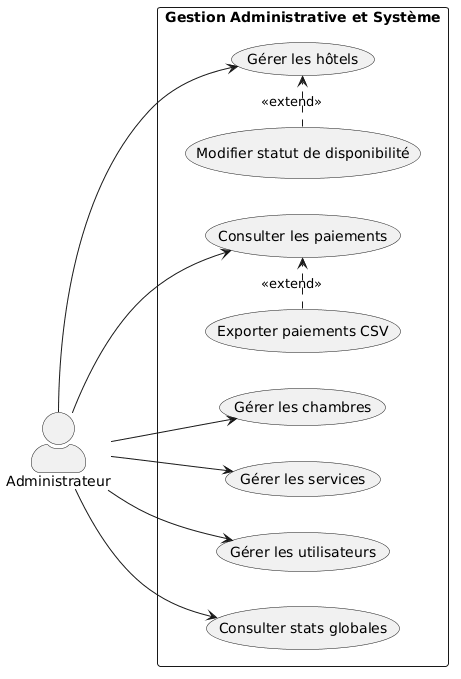
The PlantUML diagram out/docs/uml/04-use-case-admin/04-use-case-admin.png in malek420122/hotel_project_pfe, before a commit.
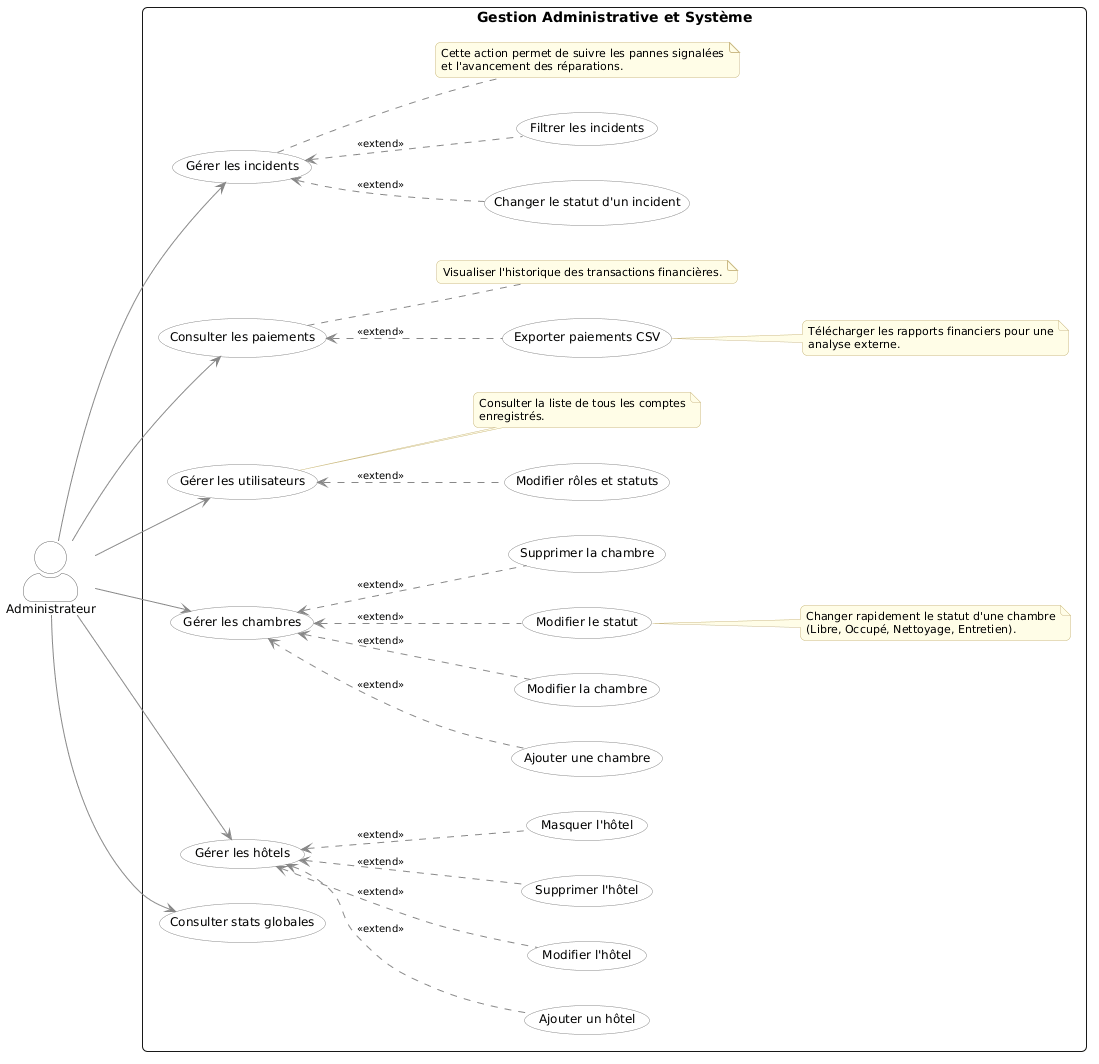
Above is the later version.

Diff of the diagram source:
```diff
@@ -2,29 +2,102 @@
 left to right direction
 skinparam shadowing false
 skinparam actorStyle awesome
+skinparam roundcorner 10
+skinparam backgroundColor #FFFFFF
+
+skinparam usecase {
+  BackgroundColor #FFFFFF
+  BorderColor #888888
+  FontSize 12
+  FontName Arial
+}
+skinparam actor {
+  BackgroundColor #FFFFFF
+  BorderColor #666666
+  FontSize 12
+  FontName Arial
+}
+skinparam note {
+  BackgroundColor #FFFDE7
+  BorderColor #CCBB88
+  FontSize 11
+  FontName Arial
+}
+skinparam ArrowColor #888888
+skinparam ArrowFontSize 10
 
 actor "Administrateur" as Admin
 
 rectangle "Gestion Administrative et Système" {
-    (Gérer les hôtels) as UC_H
-    (Modifier statut de disponibilité) as UC_T
-    (Gérer les chambres) as UC_C
-    (Gérer les services) as UC_S
+  (Gérer les hôtels) as UC_H
+  (Ajouter un hôtel) as UC_H_Add
+  (Modifier l'hôtel) as UC_H_Edit
+  (Supprimer l'hôtel) as UC_H_Del
+  (Masquer l'hôtel) as UC_H_Hide
 
-    (Gérer les utilisateurs) as UC_U
+  (Gérer les chambres) as UC_C
+  (Ajouter une chambre) as UC_C_Add
+  (Modifier la chambre) as UC_C_Edit
+  (Modifier le statut) as UC_C_Status
+  (Supprimer la chambre) as UC_C_Del
 
-    (Consulter les paiements) as UC_P
-    (Exporter paiements CSV) as UC_CSV
-    (Consulter stats globales) as UC_Stats
+  (Gérer les utilisateurs) as UC_U
+  (Modifier rôles et statuts) as UC_U_Ext
 
-    UC_T .> UC_H : <<extend>>
-    UC_CSV .> UC_P : <<extend>>
+  (Consulter les paiements) as UC_P
+  (Exporter paiements CSV) as UC_CSV
+  (Consulter stats globales) as UC_Stats
 
-    Admin --> UC_H
-    Admin --> UC_C
-    Admin --> UC_S
-    Admin --> UC_U
-    Admin --> UC_P
-    Admin --> UC_Stats
+  (Gérer les incidents) as UC_Inc
+  (Changer le statut d'un incident) as UC_Inc_Stat
+  (Filtrer les incidents) as UC_Inc_Filt
+
+  UC_H_Add .up.> UC_H : <<extend>>
+  UC_H_Edit .up.> UC_H : <<extend>>
+  UC_H_Del .up.> UC_H : <<extend>>
+  UC_H_Hide .up.> UC_H : <<extend>>
+
+  UC_C_Add .up.> UC_C : <<extend>>
+  UC_C_Edit .up.> UC_C : <<extend>>
+  UC_C_Status .up.> UC_C : <<extend>>
+  UC_C_Del .up.> UC_C : <<extend>>
+
+  UC_U_Ext .up.> UC_U : <<extend>>
+
+  UC_CSV .up.> UC_P : <<extend>>
+
+  UC_Inc_Stat .up.> UC_Inc : <<extend>>
+  UC_Inc_Filt .up.> UC_Inc : <<extend>>
+
+  note right of UC_C_Status
+    Changer rapidement le statut d'une chambre
+    (Libre, Occupé, Nettoyage, Entretien).
+  end note
+
+  note right of UC_U
+    Consulter la liste de tous les comptes
+    enregistrés.
+  end note
+
+  note right of UC_P
+    Visualiser l'historique des transactions financières.
+  end note
+
+  note right of UC_CSV
+    Télécharger les rapports financiers pour une
+    analyse externe.
+  end note
+
+  note right of UC_Inc
+    Cette action permet de suivre les pannes signalées
+    et l'avancement des réparations.
+  end note
+
+  Admin --> UC_H
+  Admin --> UC_C
+  Admin --> UC_U
+  Admin --> UC_P
+  Admin --> UC_Stats
+  Admin --> UC_Inc
 }
 @enduml
```
